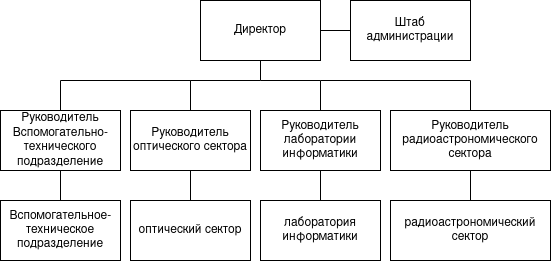
Above: пояснительная записка/resources/org.png in oleg-creator-arch/Gost-7.32-2017-Diplom_in_Latex-Xelatex (draw.io), before the change. Source tidied: cells renumbered, new cells last; positions are measured from the earlier drawing's top-left corner, leaving out a move shared by most shapes. The source it was exported from:
```xml
<mxGraphModel background="#ffffff">
  <root>
    <mxCell id="0" />
    <mxCell id="1" parent="0" />
    <mxCell id="2" style="edgeStyle=orthogonalEdgeStyle;rounded=0;jettySize=auto;html=1;strokeWidth=1;endArrow=none;endFill=0;" parent="1" edge="1" source="3" target="4">
      <mxGeometry relative="1" as="geometry" />
    </mxCell>
    <mxCell id="3" value="&lt;div&gt;Директор&lt;br&gt;&lt;/div&gt;" style="rounded=0;whiteSpace=wrap;html=1;strokeWidth=1;" parent="1" vertex="1">
      <mxGeometry x="200" width="120" height="60" as="geometry" />
    </mxCell>
    <mxCell id="4" value="Штаб администрации" style="rounded=0;whiteSpace=wrap;html=1;strokeWidth=1;" parent="1" vertex="1">
      <mxGeometry x="350" width="120" height="60" as="geometry" />
    </mxCell>
    <mxCell id="5" style="edgeStyle=orthogonalEdgeStyle;rounded=0;jettySize=auto;html=1;strokeWidth=1;endArrow=none;endFill=0;" parent="1" edge="1" source="7" target="8">
      <mxGeometry relative="1" as="geometry" />
    </mxCell>
    <mxCell id="6" style="edgeStyle=orthogonalEdgeStyle;rounded=0;jettySize=auto;html=1;exitX=0.5;exitY=0;exitDx=0;exitDy=0;strokeWidth=1;endArrow=none;endFill=0;" parent="1" edge="1" source="7">
      <mxGeometry relative="1" as="geometry">
        <mxPoint x="260" y="80" as="targetPoint" />
        <Array as="points">
          <mxPoint x="320" y="80" />
          <mxPoint x="260" y="80" />
        </Array>
      </mxGeometry>
    </mxCell>
    <mxCell id="7" value="Руководитель лаборатории информатики " style="whiteSpace=wrap;html=1;rounded=0;strokeWidth=1;" parent="1" vertex="1">
      <mxGeometry x="260" y="110" width="120" height="60" as="geometry" />
    </mxCell>
    <mxCell id="8" value="лаборатория информатики" style="rounded=0;whiteSpace=wrap;html=1;strokeWidth=1;" parent="1" vertex="1">
      <mxGeometry x="260" y="200" width="120" height="60" as="geometry" />
    </mxCell>
    <mxCell id="9" value="Вспомогательное-техническое подразделение " style="rounded=0;whiteSpace=wrap;html=1;strokeWidth=1;" parent="1" vertex="1">
      <mxGeometry y="200" width="120" height="60" as="geometry" />
    </mxCell>
    <mxCell id="10" style="edgeStyle=orthogonalEdgeStyle;rounded=0;jettySize=auto;html=1;strokeWidth=1;endArrow=none;endFill=0;" parent="1" edge="1" source="12" target="20">
      <mxGeometry relative="1" as="geometry" />
    </mxCell>
    <mxCell id="11" style="edgeStyle=orthogonalEdgeStyle;rounded=0;jettySize=auto;html=1;exitX=0.5;exitY=0;exitDx=0;exitDy=0;strokeWidth=1;endArrow=none;endFill=0;" parent="1" edge="1" source="12">
      <mxGeometry relative="1" as="geometry">
        <mxPoint x="260" y="60" as="targetPoint" />
        <Array as="points">
          <mxPoint x="190" y="80" />
          <mxPoint x="260" y="80" />
        </Array>
      </mxGeometry>
    </mxCell>
    <mxCell id="12" value="Руководитель оптического сектора" style="rounded=0;whiteSpace=wrap;html=1;strokeWidth=1;" parent="1" vertex="1">
      <mxGeometry x="130" y="110" width="120" height="60" as="geometry" />
    </mxCell>
    <mxCell id="13" style="edgeStyle=orthogonalEdgeStyle;rounded=0;jettySize=auto;html=1;strokeWidth=1;endArrow=none;endFill=0;" parent="1" edge="1" source="15" target="19">
      <mxGeometry relative="1" as="geometry" />
    </mxCell>
    <mxCell id="14" style="edgeStyle=orthogonalEdgeStyle;rounded=0;jettySize=auto;html=1;exitX=0.5;exitY=0;exitDx=0;exitDy=0;endArrow=none;endFill=0;strokeWidth=1;" parent="1" edge="1" source="15">
      <mxGeometry relative="1" as="geometry">
        <mxPoint x="320" y="80" as="targetPoint" />
        <Array as="points">
          <mxPoint x="470" y="80" />
        </Array>
      </mxGeometry>
    </mxCell>
    <mxCell id="15" value="&lt;div&gt;Руководитель&lt;/div&gt;&lt;div&gt;радиоастрономического сектора&lt;/div&gt;" style="rounded=0;whiteSpace=wrap;html=1;strokeWidth=1;" parent="1" vertex="1">
      <mxGeometry x="390" y="110" width="160" height="60" as="geometry" />
    </mxCell>
    <mxCell id="16" style="edgeStyle=orthogonalEdgeStyle;rounded=0;jettySize=auto;html=1;strokeWidth=1;endArrow=none;endFill=0;" parent="1" edge="1" source="18" target="9">
      <mxGeometry relative="1" as="geometry" />
    </mxCell>
    <mxCell id="17" style="edgeStyle=orthogonalEdgeStyle;rounded=0;jettySize=auto;html=1;exitX=0.5;exitY=0;exitDx=0;exitDy=0;strokeWidth=1;endArrow=none;endFill=0;" parent="1" edge="1" source="18">
      <mxGeometry relative="1" as="geometry">
        <mxPoint x="190" y="85" as="targetPoint" />
        <Array as="points">
          <mxPoint x="60" y="80" />
          <mxPoint x="190" y="80" />
        </Array>
      </mxGeometry>
    </mxCell>
    <mxCell id="18" value="Руководитель Вспомогательно-технического подразделение  " style="rounded=0;whiteSpace=wrap;html=1;strokeWidth=1;" parent="1" vertex="1">
      <mxGeometry y="110" width="120" height="60" as="geometry" />
    </mxCell>
    <mxCell id="19" value="радиоастрономический сектор" style="whiteSpace=wrap;html=1;rounded=0;strokeWidth=1;" parent="1" vertex="1">
      <mxGeometry x="390" y="200" width="160" height="60" as="geometry" />
    </mxCell>
    <mxCell id="20" value="оптический сектор" style="whiteSpace=wrap;html=1;rounded=0;strokeWidth=1;" parent="1" vertex="1">
      <mxGeometry x="130" y="200" width="120" height="60" as="geometry" />
    </mxCell>
  </root>
</mxGraphModel>
```
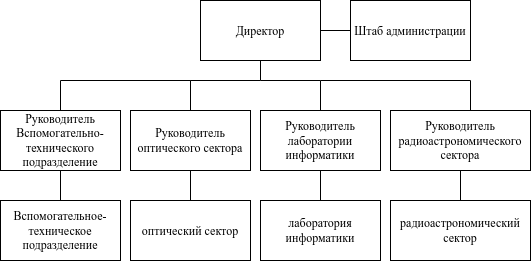
Above is the later version.

The edit, as a diff of the source:
```diff
@@ -2,19 +2,19 @@
   <root>
     <mxCell id="0" />
     <mxCell id="1" parent="0" />
-    <mxCell id="2" style="edgeStyle=orthogonalEdgeStyle;rounded=0;jettySize=auto;html=1;strokeWidth=1;endArrow=none;endFill=0;" parent="1" edge="1" source="3" target="4">
+    <mxCell id="2" style="edgeStyle=orthogonalEdgeStyle;rounded=0;jettySize=auto;html=1;strokeWidth=1;endArrow=none;endFill=0;fontFamily=Times New Roman;" parent="1" edge="1" source="3" target="4">
       <mxGeometry relative="1" as="geometry" />
     </mxCell>
-    <mxCell id="3" value="&lt;div&gt;Директор&lt;br&gt;&lt;/div&gt;" style="rounded=0;whiteSpace=wrap;html=1;strokeWidth=1;" parent="1" vertex="1">
+    <mxCell id="3" value="&lt;div&gt;Директор&lt;br&gt;&lt;/div&gt;" style="rounded=0;whiteSpace=wrap;html=1;strokeWidth=1;fontFamily=Times New Roman;" parent="1" vertex="1">
       <mxGeometry x="200" width="120" height="60" as="geometry" />
     </mxCell>
-    <mxCell id="4" value="Штаб администрации" style="rounded=0;whiteSpace=wrap;html=1;strokeWidth=1;" parent="1" vertex="1">
+    <mxCell id="4" value="Штаб администрации" style="rounded=0;whiteSpace=wrap;html=1;strokeWidth=1;fontFamily=Times New Roman;" parent="1" vertex="1">
       <mxGeometry x="350" width="120" height="60" as="geometry" />
     </mxCell>
-    <mxCell id="5" style="edgeStyle=orthogonalEdgeStyle;rounded=0;jettySize=auto;html=1;strokeWidth=1;endArrow=none;endFill=0;" parent="1" edge="1" source="7" target="8">
+    <mxCell id="5" style="edgeStyle=orthogonalEdgeStyle;rounded=0;jettySize=auto;html=1;strokeWidth=1;endArrow=none;endFill=0;fontFamily=Times New Roman;" parent="1" edge="1" source="7" target="8">
       <mxGeometry relative="1" as="geometry" />
     </mxCell>
-    <mxCell id="6" style="edgeStyle=orthogonalEdgeStyle;rounded=0;jettySize=auto;html=1;exitX=0.5;exitY=0;exitDx=0;exitDy=0;strokeWidth=1;endArrow=none;endFill=0;" parent="1" edge="1" source="7">
+    <mxCell id="6" style="edgeStyle=orthogonalEdgeStyle;rounded=0;jettySize=auto;html=1;exitX=0.5;exitY=0;exitDx=0;exitDy=0;strokeWidth=1;endArrow=none;endFill=0;fontFamily=Times New Roman;" parent="1" edge="1" source="7">
       <mxGeometry relative="1" as="geometry">
         <mxPoint x="260" y="80" as="targetPoint" />
         <Array as="points">
@@ -23,19 +23,19 @@
         </Array>
       </mxGeometry>
     </mxCell>
-    <mxCell id="7" value="Руководитель лаборатории информатики " style="whiteSpace=wrap;html=1;rounded=0;strokeWidth=1;" parent="1" vertex="1">
+    <mxCell id="7" value="Руководитель лаборатории информатики " style="whiteSpace=wrap;html=1;rounded=0;strokeWidth=1;fontFamily=Times New Roman;" parent="1" vertex="1">
       <mxGeometry x="260" y="110" width="120" height="60" as="geometry" />
     </mxCell>
-    <mxCell id="8" value="лаборатория информатики" style="rounded=0;whiteSpace=wrap;html=1;strokeWidth=1;" parent="1" vertex="1">
+    <mxCell id="8" value="лаборатория информатики" style="rounded=0;whiteSpace=wrap;html=1;strokeWidth=1;fontFamily=Times New Roman;" parent="1" vertex="1">
       <mxGeometry x="260" y="200" width="120" height="60" as="geometry" />
     </mxCell>
-    <mxCell id="9" value="Вспомогательное-техническое подразделение " style="rounded=0;whiteSpace=wrap;html=1;strokeWidth=1;" parent="1" vertex="1">
+    <mxCell id="9" value="Вспомогательное-техническое подразделение " style="rounded=0;whiteSpace=wrap;html=1;strokeWidth=1;fontFamily=Times New Roman;" parent="1" vertex="1">
       <mxGeometry y="200" width="120" height="60" as="geometry" />
     </mxCell>
-    <mxCell id="10" style="edgeStyle=orthogonalEdgeStyle;rounded=0;jettySize=auto;html=1;strokeWidth=1;endArrow=none;endFill=0;" parent="1" edge="1" source="12" target="20">
+    <mxCell id="10" style="edgeStyle=orthogonalEdgeStyle;rounded=0;jettySize=auto;html=1;strokeWidth=1;endArrow=none;endFill=0;fontFamily=Times New Roman;" parent="1" edge="1" source="12" target="20">
       <mxGeometry relative="1" as="geometry" />
     </mxCell>
-    <mxCell id="11" style="edgeStyle=orthogonalEdgeStyle;rounded=0;jettySize=auto;html=1;exitX=0.5;exitY=0;exitDx=0;exitDy=0;strokeWidth=1;endArrow=none;endFill=0;" parent="1" edge="1" source="12">
+    <mxCell id="11" style="edgeStyle=orthogonalEdgeStyle;rounded=0;jettySize=auto;html=1;exitX=0.5;exitY=0;exitDx=0;exitDy=0;strokeWidth=1;endArrow=none;endFill=0;fontFamily=Times New Roman;" parent="1" edge="1" source="12">
       <mxGeometry relative="1" as="geometry">
         <mxPoint x="260" y="60" as="targetPoint" />
         <Array as="points">
@@ -44,13 +44,13 @@
         </Array>
       </mxGeometry>
     </mxCell>
-    <mxCell id="12" value="Руководитель оптического сектора" style="rounded=0;whiteSpace=wrap;html=1;strokeWidth=1;" parent="1" vertex="1">
+    <mxCell id="12" value="Руководитель оптического сектора" style="rounded=0;whiteSpace=wrap;html=1;strokeWidth=1;fontFamily=Times New Roman;" parent="1" vertex="1">
       <mxGeometry x="130" y="110" width="120" height="60" as="geometry" />
     </mxCell>
-    <mxCell id="13" style="edgeStyle=orthogonalEdgeStyle;rounded=0;jettySize=auto;html=1;strokeWidth=1;endArrow=none;endFill=0;" parent="1" edge="1" source="15" target="19">
+    <mxCell id="13" style="edgeStyle=orthogonalEdgeStyle;rounded=0;jettySize=auto;html=1;strokeWidth=1;endArrow=none;endFill=0;fontFamily=Times New Roman;" parent="1" edge="1" source="15" target="19">
       <mxGeometry relative="1" as="geometry" />
     </mxCell>
-    <mxCell id="14" style="edgeStyle=orthogonalEdgeStyle;rounded=0;jettySize=auto;html=1;exitX=0.5;exitY=0;exitDx=0;exitDy=0;endArrow=none;endFill=0;strokeWidth=1;" parent="1" edge="1" source="15">
+    <mxCell id="14" style="edgeStyle=orthogonalEdgeStyle;rounded=0;jettySize=auto;html=1;exitX=0.5;exitY=0;exitDx=0;exitDy=0;endArrow=none;endFill=0;strokeWidth=1;fontFamily=Times New Roman;" parent="1" edge="1" source="15">
       <mxGeometry relative="1" as="geometry">
         <mxPoint x="320" y="80" as="targetPoint" />
         <Array as="points">
@@ -58,13 +58,13 @@
         </Array>
       </mxGeometry>
     </mxCell>
-    <mxCell id="15" value="&lt;div&gt;Руководитель&lt;/div&gt;&lt;div&gt;радиоастрономического сектора&lt;/div&gt;" style="rounded=0;whiteSpace=wrap;html=1;strokeWidth=1;" parent="1" vertex="1">
-      <mxGeometry x="390" y="110" width="160" height="60" as="geometry" />
+    <mxCell id="15" value="&lt;div&gt;Руководитель&lt;/div&gt;&lt;div&gt;радиоастрономического сектора&lt;/div&gt;" style="rounded=0;whiteSpace=wrap;html=1;strokeWidth=1;fontFamily=Times New Roman;" parent="1" vertex="1">
+      <mxGeometry x="390" y="110" width="140" height="60" as="geometry" />
     </mxCell>
-    <mxCell id="16" style="edgeStyle=orthogonalEdgeStyle;rounded=0;jettySize=auto;html=1;strokeWidth=1;endArrow=none;endFill=0;" parent="1" edge="1" source="18" target="9">
+    <mxCell id="16" style="edgeStyle=orthogonalEdgeStyle;rounded=0;jettySize=auto;html=1;strokeWidth=1;endArrow=none;endFill=0;fontFamily=Times New Roman;" parent="1" edge="1" source="18" target="9">
       <mxGeometry relative="1" as="geometry" />
     </mxCell>
-    <mxCell id="17" style="edgeStyle=orthogonalEdgeStyle;rounded=0;jettySize=auto;html=1;exitX=0.5;exitY=0;exitDx=0;exitDy=0;strokeWidth=1;endArrow=none;endFill=0;" parent="1" edge="1" source="18">
+    <mxCell id="17" style="edgeStyle=orthogonalEdgeStyle;rounded=0;jettySize=auto;html=1;exitX=0.5;exitY=0;exitDx=0;exitDy=0;strokeWidth=1;endArrow=none;endFill=0;fontFamily=Times New Roman;" parent="1" edge="1" source="18">
       <mxGeometry relative="1" as="geometry">
         <mxPoint x="190" y="85" as="targetPoint" />
         <Array as="points">
@@ -73,13 +73,13 @@
         </Array>
       </mxGeometry>
     </mxCell>
-    <mxCell id="18" value="Руководитель Вспомогательно-технического подразделение  " style="rounded=0;whiteSpace=wrap;html=1;strokeWidth=1;" parent="1" vertex="1">
+    <mxCell id="18" value="Руководитель Вспомогательно-технического подразделение  " style="rounded=0;whiteSpace=wrap;html=1;strokeWidth=1;fontFamily=Times New Roman;" parent="1" vertex="1">
       <mxGeometry y="110" width="120" height="60" as="geometry" />
     </mxCell>
-    <mxCell id="19" value="радиоастрономический сектор" style="whiteSpace=wrap;html=1;rounded=0;strokeWidth=1;" parent="1" vertex="1">
-      <mxGeometry x="390" y="200" width="160" height="60" as="geometry" />
+    <mxCell id="19" value="радиоастрономический сектор" style="whiteSpace=wrap;html=1;rounded=0;strokeWidth=1;fontFamily=Times New Roman;" parent="1" vertex="1">
+      <mxGeometry x="390" y="200" width="140" height="60" as="geometry" />
     </mxCell>
-    <mxCell id="20" value="оптический сектор" style="whiteSpace=wrap;html=1;rounded=0;strokeWidth=1;" parent="1" vertex="1">
+    <mxCell id="20" value="оптический сектор" style="whiteSpace=wrap;html=1;rounded=0;strokeWidth=1;fontFamily=Times New Roman;" parent="1" vertex="1">
       <mxGeometry x="130" y="200" width="120" height="60" as="geometry" />
     </mxCell>
   </root>
```
